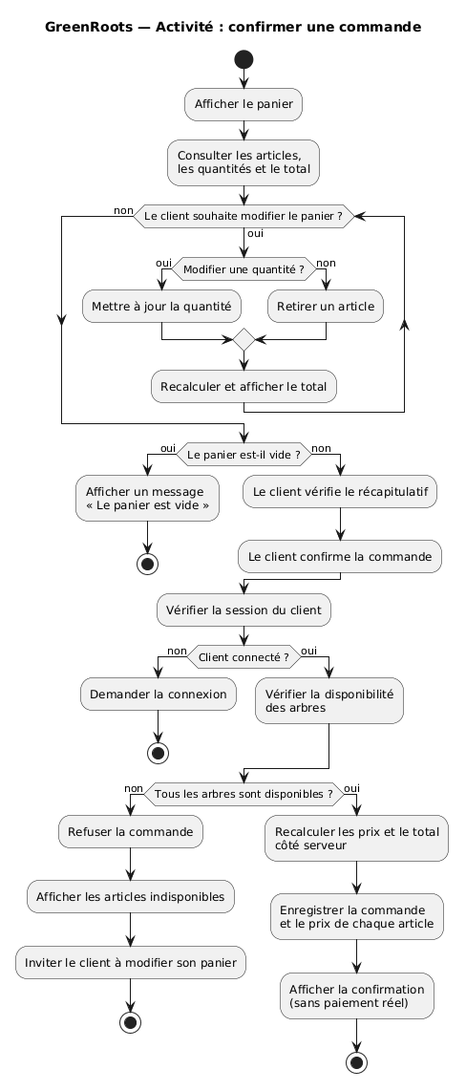
This is docs/conception/diagrammes/04-diagramme-activite-achat.png from DimitryDereppe/je-s-appelle-graine, a PlantUML export, as it was before one commit.
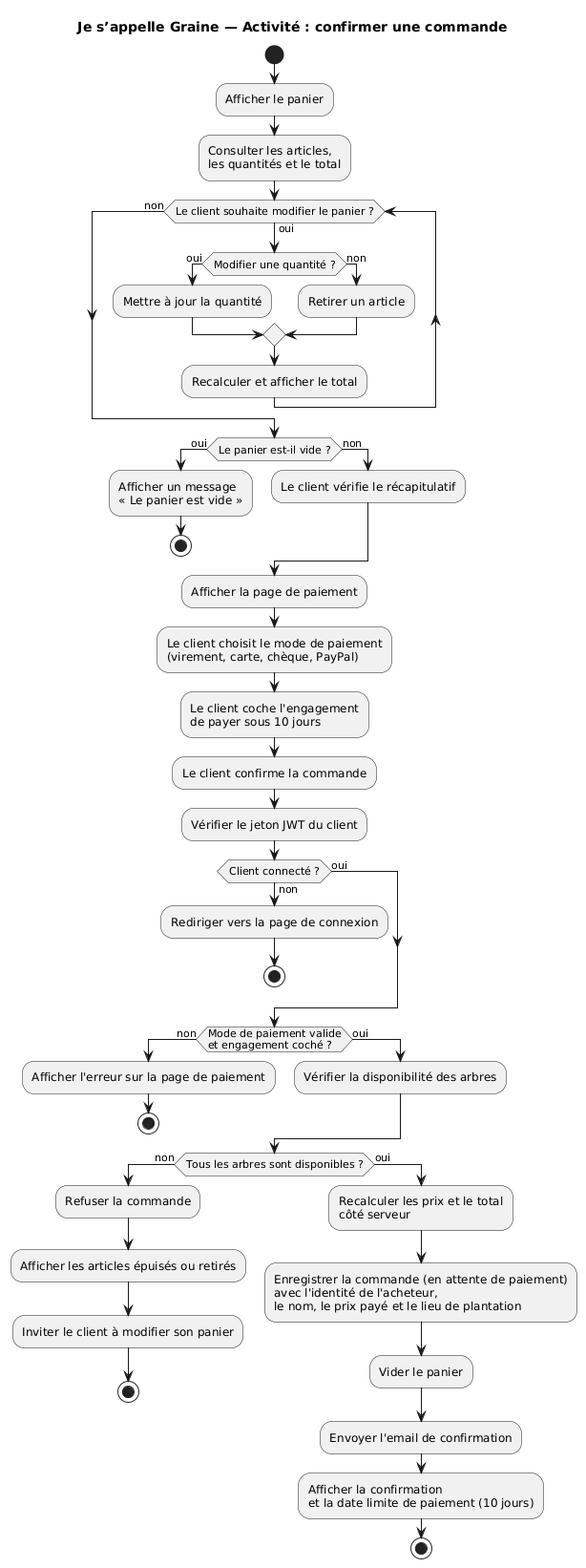
Above is the later version.

What changed in the source:
```diff
@@ -1,10 +1,10 @@
-@startuml
-title GreenRoots — Activité : confirmer une commande
+@startuml 04-diagramme-activite-achat
+title Je s’appelle Graine — Activité : confirmer une commande
 
 start
-
 :Afficher le panier;
-:Consulter les articles,\nles quantités et le total;
+:Consulter les articles,
+les quantités et le total;
 
 while (Le client souhaite modifier le panier ?) is (oui)
   if (Modifier une quantité ?) then (oui)
@@ -16,30 +16,50 @@
 endwhile (non)
 
 if (Le panier est-il vide ?) then (oui)
-  :Afficher un message\n« Le panier est vide »;
+  :Afficher un message
+  « Le panier est vide »;
   stop
 else (non)
   :Le client vérifie le récapitulatif;
-  :Le client confirme la commande;
 endif
 
-:Vérifier la session du client;
+:Afficher la page de paiement;
+:Le client choisit le mode de paiement
+(virement, carte, chèque, PayPal);
+:Le client coche l'engagement
+de payer sous 10 jours;
+:Le client confirme la commande;
+
+:Vérifier le jeton JWT du client;
 if (Client connecté ?) then (non)
-  :Demander la connexion;
+  :Rediriger vers la page de connexion;
   stop
 else (oui)
-  :Vérifier la disponibilité\ndes arbres;
+endif
+
+if (Mode de paiement valide
+et engagement coché ?) then (non)
+  :Afficher l'erreur sur la page de paiement;
+  stop
+else (oui)
+  :Vérifier la disponibilité des arbres;
 endif
 
 if (Tous les arbres sont disponibles ?) then (non)
   :Refuser la commande;
-  :Afficher les articles indisponibles;
+  :Afficher les articles épuisés ou retirés;
   :Inviter le client à modifier son panier;
   stop
 else (oui)
-  :Recalculer les prix et le total\ncôté serveur;
-  :Enregistrer la commande\net le prix de chaque article;
-  :Afficher la confirmation\n(sans paiement réel);
+  :Recalculer les prix et le total
+  côté serveur;
+  :Enregistrer la commande (en attente de paiement)
+  avec l'identité de l'acheteur,
+  le nom, le prix payé et le lieu de plantation;
+  :Vider le panier;
+  :Envoyer l'email de confirmation;
+  :Afficher la confirmation
+  et la date limite de paiement (10 jours);
   stop
 endif
 @enduml
```
